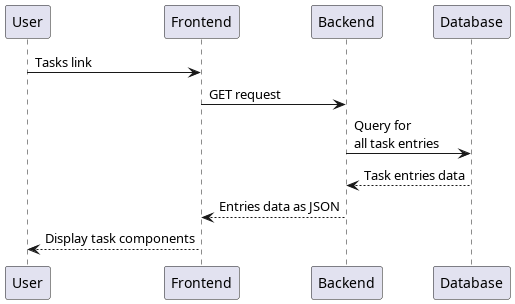
Toby-Rea/planner keeps this PlantUML diagram as docs/out/docs/Sequences/Display tasks index.png. Above is the earlier version.
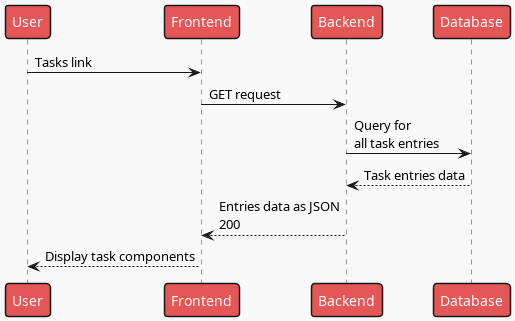
The same file after the commit.

Diff of the diagram source:
```diff
@@ -1,4 +1,5 @@
 @startuml Display tasks index
+!theme mars
 participant User as u
 participant Frontend as fe
 participant Backend as be
@@ -8,6 +9,6 @@
 fe -> be: GET request
 be -> db: Query for\nall task entries
 be <-- db: Task entries data
-fe <-- be: Entries data as JSON
+fe <-- be: Entries data as JSON\n200
 u <-- fe: Display task components
 @enduml
```
